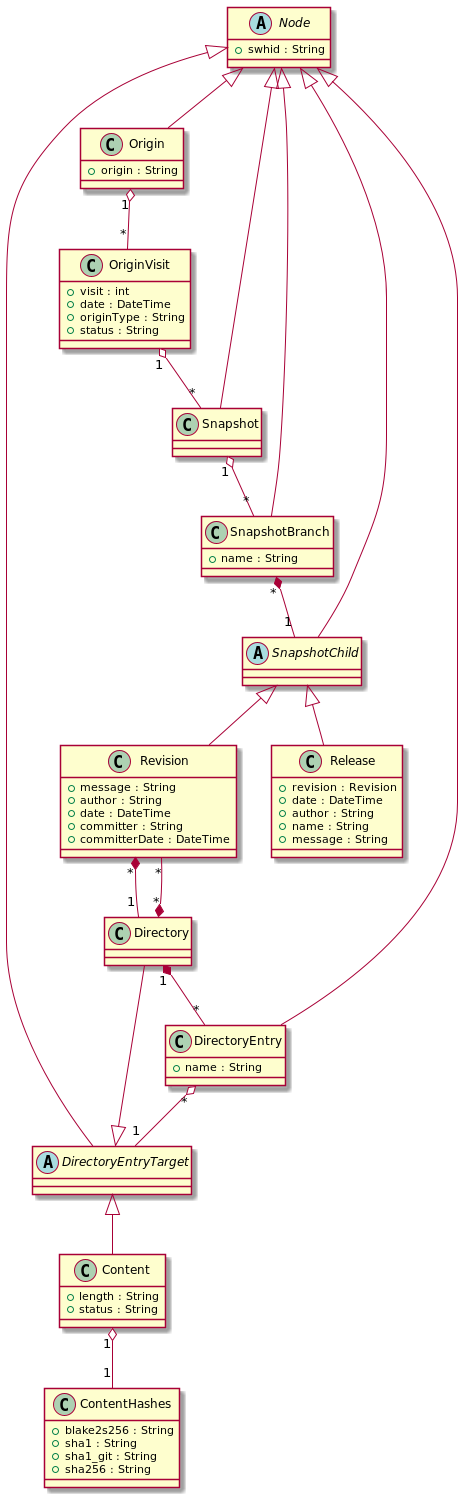
Above: diag.png in RomainLefeuvre/OpenAndroidDataset (PlantUML), before the change. The source it was exported from:
```plantuml
@startuml need_to_find_id

    abstract class SnapshotChild
    abstract class DirectoryEntryTarget
    abstract class Node {
        +swhid : String
    }
    class ContentHashes {
       + blake2s256 : String
       + sha1 : String
       + sha1_git : String
       + sha256 : String

    }
    class Content {
        + length : String
        + status : String

    }
    Content "1" o-- "1" ContentHashes
    class Directory {
    }

    Directory "1" *-- "*" DirectoryEntry
    class DirectoryEntry {
        + name : String

    }
    DirectoryEntry "*" o-- "1" DirectoryEntryTarget
    class Revision {
        +message : String
        +author : String
        +date : DateTime
        +committer : String
        +committerDate : DateTime
    }
    Revision "*" *-- "1" Directory
    Directory "*"*-- "*" Revision

    class Release {
        + revision : Revision
        + date : DateTime
        + author : String
        + name : String
        + message : String

    }

    class SnapshotBranch {
      + name : String
    }
    SnapshotBranch "*" *-- "1" SnapshotChild
    class Snapshot {
    }
    Snapshot "1" o-- "*" SnapshotBranch
    class OriginVisit {
       +visit : int
       +date : DateTime
       +originType : String
       +status : String
    }
    OriginVisit "1" o-- "*" Snapshot
    class Origin {
        +origin : String
    }
    Origin "1" o-- "*" OriginVisit


Node <|-- Origin


Node <|-- Snapshot

Node <|-- SnapshotBranch

SnapshotChild <|-- Release

SnapshotChild <|-- Revision

Node <|-- DirectoryEntry

DirectoryEntryTarget <|-- Directory

DirectoryEntryTarget <|-- Content


Node <|-- DirectoryEntryTarget
Node <|-- SnapshotChild

@enduml
```
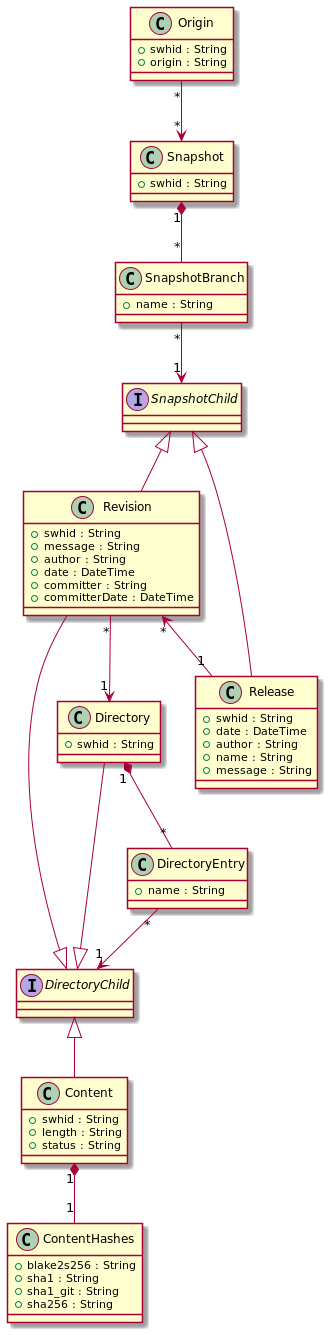
Above is the later version.

What changed in the source:
```diff
@@ -1,10 +1,8 @@
 @startuml need_to_find_id
 
-    abstract class SnapshotChild
-    abstract class DirectoryEntryTarget
-    abstract class Node {
-        +swhid : String
-    }
+    interface SnapshotChild
+    interface DirectoryChild
+
     class ContentHashes {
        + blake2s256 : String
        + sha1 : String
@@ -13,12 +11,14 @@
 
     }
     class Content {
+        + swhid : String
         + length : String
         + status : String
 
     }
-    Content "1" o-- "1" ContentHashes
+    Content "1" *-- "1" ContentHashes
     class Directory {
+        +swhid : String
     }
 
     Directory "1" *-- "*" DirectoryEntry
@@ -26,65 +26,50 @@
         + name : String
 
     }
-    DirectoryEntry "*" o-- "1" DirectoryEntryTarget
+    DirectoryEntry "*" --> "1" DirectoryChild
     class Revision {
+        +swhid : String
         +message : String
         +author : String
         +date : DateTime
         +committer : String
         +committerDate : DateTime
     }
-    Revision "*" *-- "1" Directory
-    Directory "*"*-- "*" Revision
+    Revision "*" --> "1" Directory
 
     class Release {
-        + revision : Revision
+        +swhid : String
         + date : DateTime
         + author : String
         + name : String
         + message : String
 
     }
-
+    Revision "*" <-- "1" Release
     class SnapshotBranch {
       + name : String
     }
-    SnapshotBranch "*" *-- "1" SnapshotChild
+    SnapshotBranch "*" --> "1" SnapshotChild
     class Snapshot {
+    +swhid : String
     }
-    Snapshot "1" o-- "*" SnapshotBranch
-    class OriginVisit {
-       +visit : int
-       +date : DateTime
-       +originType : String
-       +status : String
-    }
-    OriginVisit "1" o-- "*" Snapshot
+    Snapshot "1" *-- "*" SnapshotBranch
+
     class Origin {
+        +swhid : String
         +origin : String
     }
-    Origin "1" o-- "*" OriginVisit
+    Origin "*" --> "*" Snapshot
+
+    SnapshotChild <|-- Release
+
+    SnapshotChild <|-- Revision
+
+    DirectoryChild <|-- Directory
+        DirectoryChild <|-- Revision
+
+    DirectoryChild <|-- Content
 
 
-Node <|-- Origin
-
-
-Node <|-- Snapshot
-
-Node <|-- SnapshotBranch
-
-SnapshotChild <|-- Release
-
-SnapshotChild <|-- Revision
-
-Node <|-- DirectoryEntry
-
-DirectoryEntryTarget <|-- Directory
-
-DirectoryEntryTarget <|-- Content
-
-
-Node <|-- DirectoryEntryTarget
-Node <|-- SnapshotChild
 
 @enduml
```
